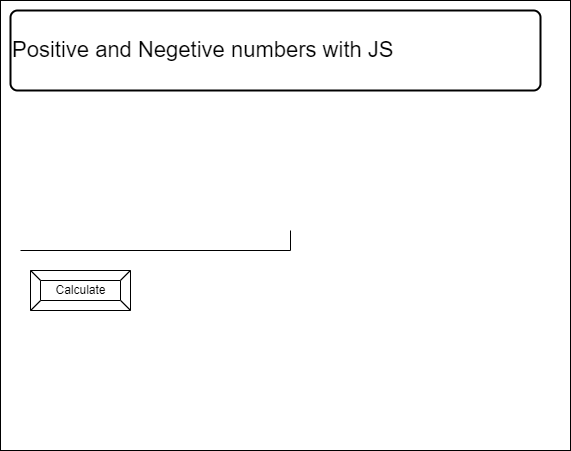
The draw.io diagram design/story-board.png in Emmanuel-Fofeyin/ICS2O-Unit5-02-HTML, before a commit. Source tidied: cells renumbered, new cells last; positions are measured from the earlier drawing's top-left corner, leaving out a move shared by most shapes.
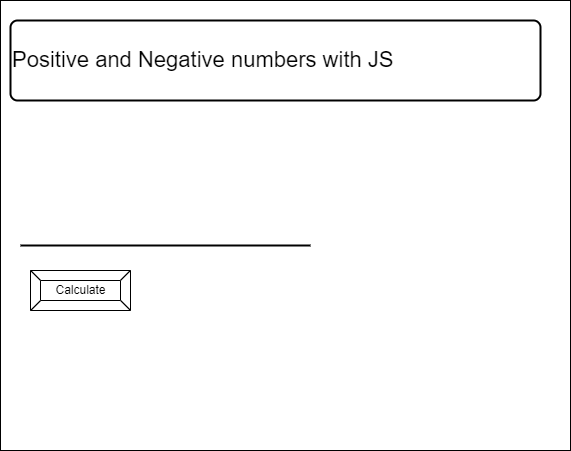
Later version of the same file.

Diff of the diagram source:
```diff
@@ -5,14 +5,14 @@
     <mxCell id="2" style="rounded=0;whiteSpace=wrap;html=1;" parent="1" vertex="1">
       <mxGeometry width="570" height="450" as="geometry" />
     </mxCell>
-    <mxCell id="3" style="shape=partialRectangle;whiteSpace=wrap;html=1;top=0;left=0;fillColor=none;" parent="1" vertex="1">
-      <mxGeometry x="20" y="230" width="270" height="20" as="geometry" />
-    </mxCell>
     <mxCell id="4" value="Calculate" style="labelPosition=center;verticalLabelPosition=middle;align=center;html=1;shape=mxgraph.basic.button;dx=10;" parent="1" vertex="1">
       <mxGeometry x="30" y="270" width="100" height="40" as="geometry" />
     </mxCell>
-    <mxCell id="5" value="&lt;span&gt;&lt;font style=&quot;font-size: 22px&quot;&gt;Positive and Negetive numbers with JS&lt;/font&gt;&lt;/span&gt;" style="rounded=1;whiteSpace=wrap;html=1;absoluteArcSize=1;arcSize=14;strokeWidth=2;align=left;" parent="1" vertex="1">
-      <mxGeometry x="10" y="10" width="530" height="80" as="geometry" />
+    <mxCell id="5" value="&lt;span&gt;&lt;font style=&quot;font-size: 22px&quot;&gt;Positive and Negative numbers with JS&lt;/font&gt;&lt;/span&gt;" style="rounded=1;whiteSpace=wrap;html=1;absoluteArcSize=1;arcSize=14;strokeWidth=2;align=left;" parent="1" vertex="1">
+      <mxGeometry x="10" y="20" width="530" height="80" as="geometry" />
     </mxCell>
+    <mxCell id="6" style="line;strokeWidth=2;html=1;fontSize=22;" parent="1" vertex="1">
+      <mxGeometry x="20" y="240" width="290" height="10" as="geometry" />
+    </mxCell>
   </root>
 </mxGraphModel>
```
